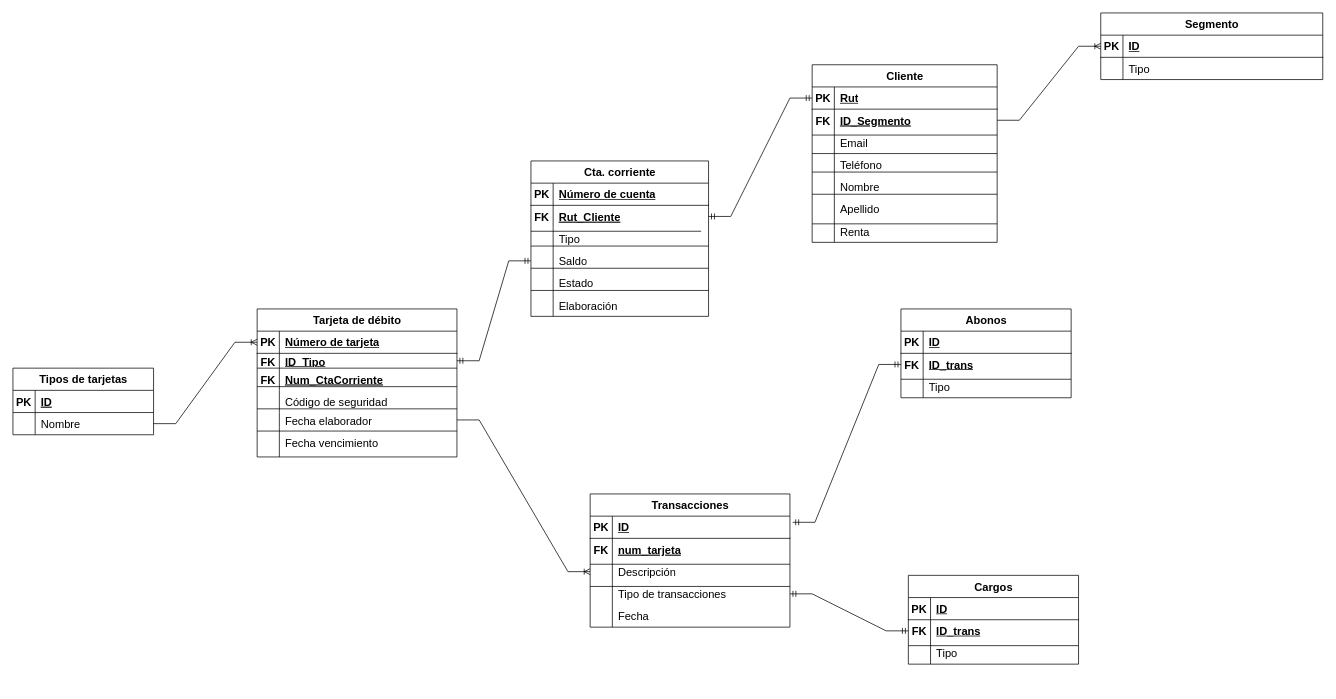
This is ModeloRelacional.drawio from VicenteMuhr/Database, a draw.io file, before an edit. Source tidied: cells renumbered, new cells numbered last; positions are measured from the earlier drawing's top-left corner, leaving out a move shared by most shapes. Both pictures are drawn from the tidied source at 74%, with x=0, y=0 at pixel (13, 13).
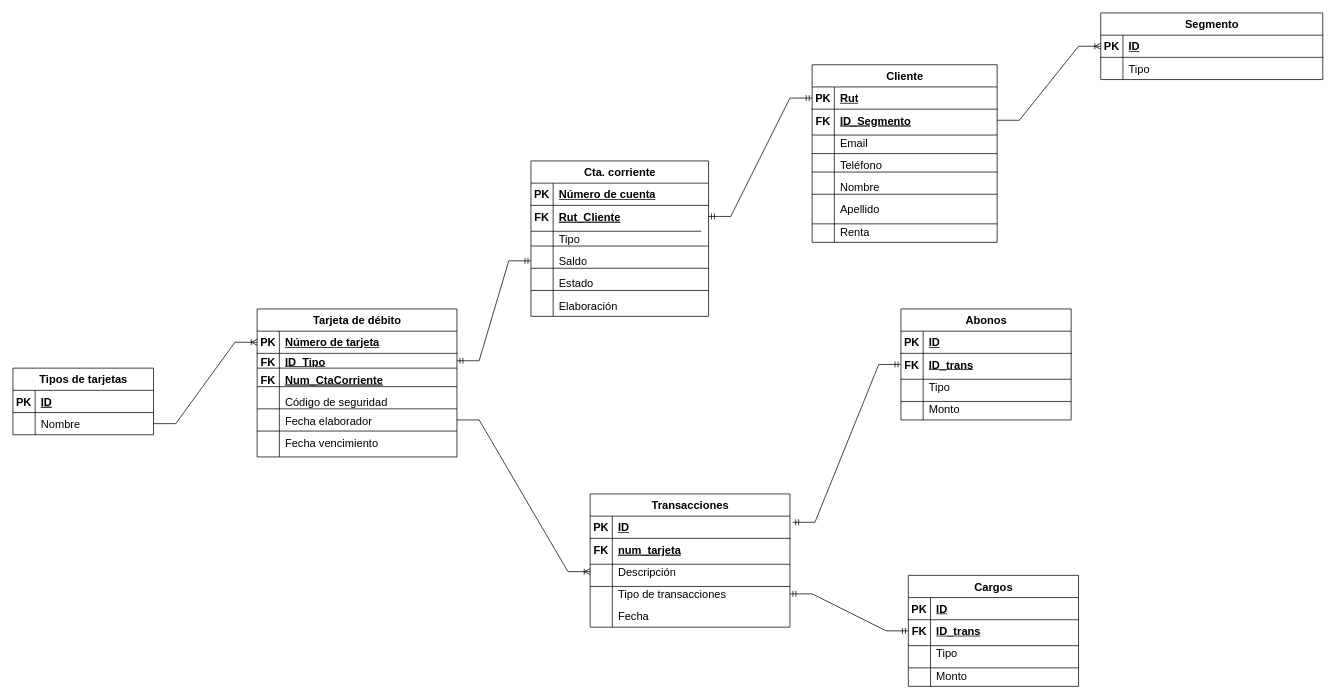
The same page after the edit.

Change to the diagram source:
```diff
@@
     <mxCell id="49" value="Abonos" style="shape=table;startSize=30;childLayout=tableLayout;rowLines=0;fontStyle=1;align=center;html=1;fontSize=15;" parent="1" vertex="1">
-      <mxGeometry x="1200" y="400" width="230" height="120" as="geometry" />
+      <mxGeometry x="1200" y="400" width="230" height="150" as="geometry" />
     </mxCell>
@@
+    <mxCell id="138" style="shape=tableRow;horizontal=0;startSize=0;swimlaneHead=0;swimlaneBody=0;fillColor=none;top=0;left=0;right=0;bottom=0;fontSize=15;" parent="49" vertex="1">
+      <mxGeometry y="120" width="230" height="30" as="geometry" />
+    </mxCell>
+    <mxCell id="139" style="shape=partialRectangle;fillColor=none;top=0;left=0;bottom=0;right=0;overflow=hidden;fontSize=15;" parent="138" vertex="1">
+      <mxGeometry width="30" height="30" as="geometry" />
+    </mxCell>
+    <mxCell id="140" value="Monto" style="shape=partialRectangle;fillColor=none;top=0;left=0;bottom=0;right=0;align=left;spacingLeft=6;overflow=hidden;fontSize=15;" parent="138" vertex="1">
+      <mxGeometry x="30" width="200" height="30" as="geometry" />
+    </mxCell>
     <mxCell id="59" value="Cargos" style="shape=table;startSize=30;childLayout=tableLayout;rowLines=0;fontStyle=1;align=center;html=1;fontSize=15;" parent="1" vertex="1">
-      <mxGeometry x="1210" y="760" width="230" height="120" as="geometry" />
+      <mxGeometry x="1210" y="760" width="230" height="150" as="geometry" />
     </mxCell>
@@
+    <mxCell id="141" style="shape=tableRow;horizontal=0;startSize=0;swimlaneHead=0;swimlaneBody=0;fillColor=none;top=0;left=0;right=0;bottom=0;fontSize=15;" parent="59" vertex="1">
+      <mxGeometry y="120" width="230" height="30" as="geometry" />
+    </mxCell>
+    <mxCell id="142" style="shape=partialRectangle;fillColor=none;top=0;left=0;bottom=0;right=0;overflow=hidden;fontSize=15;" parent="141" vertex="1">
+      <mxGeometry width="30" height="30" as="geometry" />
+    </mxCell>
+    <mxCell id="143" value="Monto" style="shape=partialRectangle;fillColor=none;top=0;left=0;bottom=0;right=0;align=left;spacingLeft=6;overflow=hidden;fontSize=15;" parent="141" vertex="1">
+      <mxGeometry x="30" width="200" height="30" as="geometry" />
+    </mxCell>
@@
+    <mxCell id="144" style="line;strokeWidth=1;dashed=0;labelPosition=right;align=left;verticalAlign=middle;spacingTop=0;spacingLeft=6;" parent="1" vertex="1">
+      <mxGeometry x="1200" y="520" width="230" height="10" as="geometry" />
+    </mxCell>
+    <mxCell id="145" style="line;strokeWidth=1;dashed=0;labelPosition=right;align=left;verticalAlign=middle;spacingTop=0;spacingLeft=6;" parent="1" vertex="1">
+      <mxGeometry x="1210" y="880" width="230" height="10" as="geometry" />
+    </mxCell>
```
